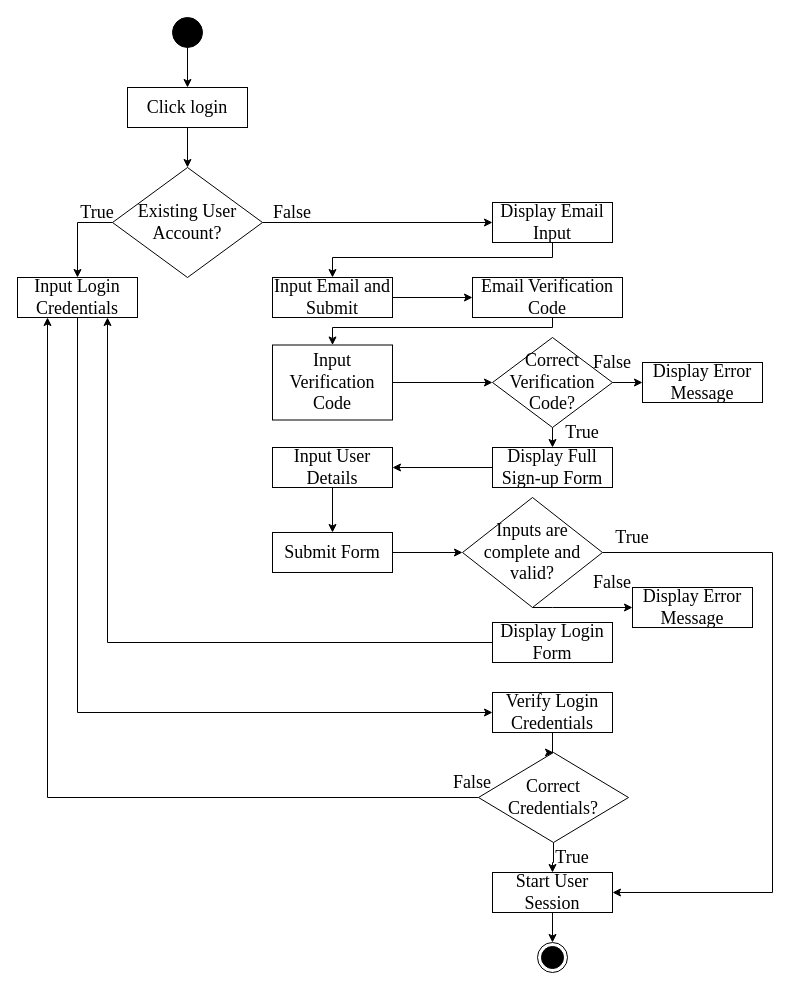
Above: page "AccountLoginCreation" (4 of 12) of ConnexUs_Chap3.drawio in gvillanueva01/ConnexUs_diagrams (draw.io), before the change. Source tidied: cells renumbered, new cells numbered last; positions are measured from the earlier drawing's top-left corner, leaving out a move shared by most shapes. Both pictures are drawn from the tidied source at 100%, with x=0, y=0 at pixel (17, 17).
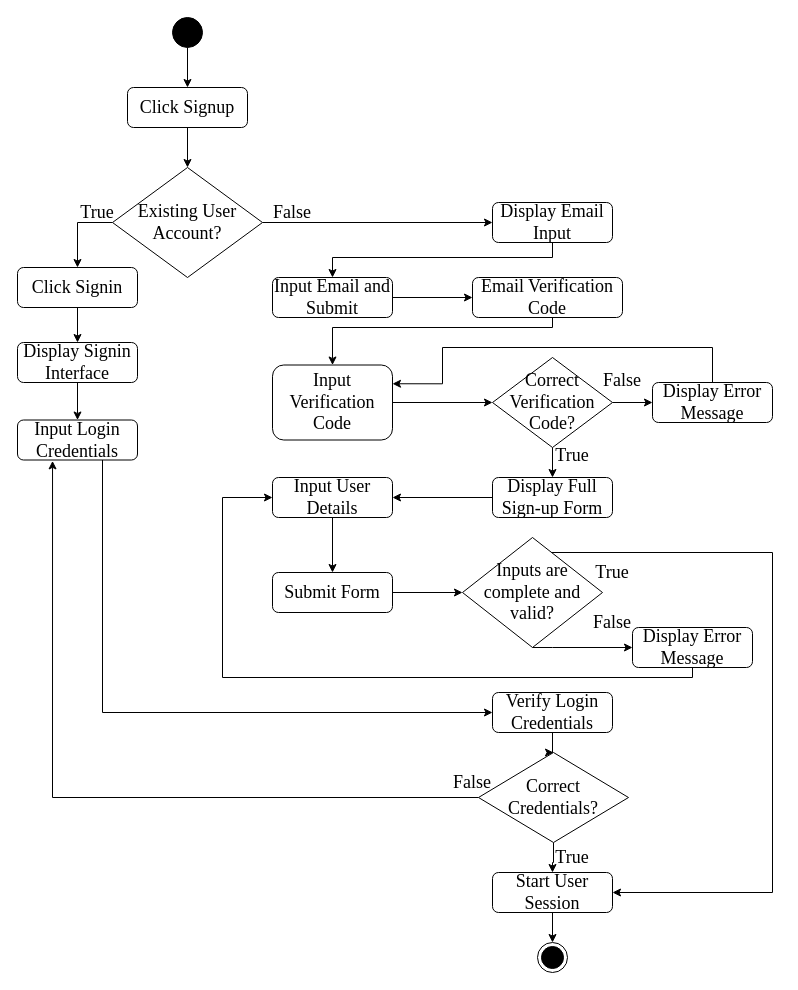
The same diagram, later.

The change refers to these unchanged cells:
```xml
<mxCell id="8" value="&lt;font face=&quot;Times New Roman&quot; style=&quot;font-size: 18px;&quot;&gt;Correct Credentials?&lt;/font&gt;" style="shape=rhombus;html=1;dashed=0;whiteSpace=wrap;perimeter=rhombusPerimeter;fontSize=18;" parent="1" vertex="1">
  <mxGeometry x="461" y="735" width="150" height="90" as="geometry" />
</mxCell>
<mxCell id="11" value="&lt;font face=&quot;Times New Roman&quot; style=&quot;font-size: 18px;&quot;&gt;Existing User Account?&lt;/font&gt;" style="shape=rhombus;html=1;dashed=0;whiteSpace=wrap;perimeter=rhombusPerimeter;fontSize=18;" parent="1" vertex="1">
  <mxGeometry x="95" y="150" width="150" height="110" as="geometry" />
</mxCell>
```

The edit, as a diff of the source:
```diff
@@
-    <mxCell id="5" value="Click login" style="rounded=0;whiteSpace=wrap;html=1;fontFamily=Times New Roman;fontSize=18;" parent="1" vertex="1">
+    <mxCell id="5" value="Click Signup" style="rounded=1;whiteSpace=wrap;html=1;fontFamily=Times New Roman;fontSize=18;" parent="1" vertex="1">
       <mxGeometry x="110" y="70" width="120" height="40" as="geometry" />
     </mxCell>
-    <mxCell id="6" style="edgeStyle=orthogonalEdgeStyle;rounded=0;jettySize=auto;html=1;entryX=0.25;entryY=1;entryDx=0;entryDy=0;fontSize=18;" parent="1" edge="1" source="8" target="15">
-      <mxGeometry relative="1" as="geometry" />
+    <mxCell id="6" style="edgeStyle=orthogonalEdgeStyle;rounded=0;jettySize=auto;html=1;entryX=0.292;entryY=1.022;entryDx=0;entryDy=0;fontSize=18;entryPerimeter=0;" parent="1" edge="1" source="8" target="15">
+      <mxGeometry relative="1" as="geometry">
+        <Array as="points">
+          <mxPoint x="35" y="780" />
+        </Array>
+      </mxGeometry>
     </mxCell>
@@
-    <mxCell id="9" style="edgeStyle=orthogonalEdgeStyle;rounded=0;jettySize=auto;html=1;exitX=0;exitY=0.5;exitDx=0;exitDy=0;fontSize=18;" parent="1" edge="1" source="11" target="15">
+    <mxCell id="9" style="edgeStyle=orthogonalEdgeStyle;rounded=0;jettySize=auto;html=1;exitX=0;exitY=0.5;exitDx=0;exitDy=0;fontSize=18;entryX=0.5;entryY=0;entryDx=0;entryDy=0;" parent="1" edge="1" source="11" target="51">
       <mxGeometry relative="1" as="geometry" />
     </mxCell>
@@
-    <mxCell id="13" value="Display Email Input" style="rounded=0;whiteSpace=wrap;html=1;fontFamily=Times New Roman;fontSize=18;" parent="1" vertex="1">
+    <mxCell id="13" value="Display Email Input" style="rounded=1;whiteSpace=wrap;html=1;fontFamily=Times New Roman;fontSize=18;" parent="1" vertex="1">
       <mxGeometry x="475" y="185" width="120" height="40" as="geometry" />
     </mxCell>
     <mxCell id="14" style="edgeStyle=orthogonalEdgeStyle;rounded=0;jettySize=auto;html=1;entryX=0;entryY=0.5;entryDx=0;entryDy=0;fontSize=18;" parent="1" edge="1" source="15" target="17">
       <mxGeometry relative="1" as="geometry">
         <Array as="points">
-          <mxPoint x="60" y="695" />
+          <mxPoint x="85" y="695" />
         </Array>
       </mxGeometry>
     </mxCell>
-    <mxCell id="15" value="Input Login Credentials" style="rounded=0;whiteSpace=wrap;html=1;fontFamily=Times New Roman;fontSize=18;" parent="1" vertex="1">
-      <mxGeometry y="260" width="120" height="40" as="geometry" />
+    <mxCell id="15" value="Input Login Credentials" style="rounded=1;whiteSpace=wrap;html=1;fontFamily=Times New Roman;fontSize=18;" parent="1" vertex="1">
+      <mxGeometry y="402.5" width="120" height="40" as="geometry" />
     </mxCell>
@@
-    <mxCell id="17" value="Verify Login Credentials" style="rounded=0;whiteSpace=wrap;html=1;fontFamily=Times New Roman;fontSize=18;" parent="1" vertex="1">
+    <mxCell id="17" value="Verify Login Credentials" style="rounded=1;whiteSpace=wrap;html=1;fontFamily=Times New Roman;fontSize=18;" parent="1" vertex="1">
       <mxGeometry x="475" y="675" width="120" height="40" as="geometry" />
     </mxCell>
@@
-    <mxCell id="19" value="Start User Session" style="rounded=0;whiteSpace=wrap;html=1;fontFamily=Times New Roman;fontSize=18;" parent="1" vertex="1">
+    <mxCell id="19" value="Start User Session" style="rounded=1;whiteSpace=wrap;html=1;fontFamily=Times New Roman;fontSize=18;" parent="1" vertex="1">
       <mxGeometry x="475" y="855" width="120" height="40" as="geometry" />
     </mxCell>
@@
     <mxCell id="21" style="edgeStyle=orthogonalEdgeStyle;rounded=0;jettySize=auto;html=1;exitX=0.5;exitY=1;exitDx=0;exitDy=0;entryX=0;entryY=0.5;entryDx=0;entryDy=0;fontSize=18;" parent="1" edge="1" source="22" target="50">
       <mxGeometry relative="1" as="geometry">
         <Array as="points">
-          <mxPoint x="535" y="590" />
-          <mxPoint x="615" y="590" />
+          <mxPoint x="535" y="630" />
+          <mxPoint x="615" y="630" />
         </Array>
       </mxGeometry>
     </mxCell>
     <mxCell id="22" value="&lt;font face=&quot;Times New Roman&quot; style=&quot;font-size: 18px;&quot;&gt;Inputs are&lt;br style=&quot;font-size: 18px;&quot;&gt;complete and &lt;br style=&quot;font-size: 18px;&quot;&gt;valid?&lt;/font&gt;" style="shape=rhombus;html=1;dashed=0;whiteSpace=wrap;perimeter=rhombusPerimeter;fontSize=18;" parent="1" vertex="1">
-      <mxGeometry x="445" y="480" width="140" height="110" as="geometry" />
+      <mxGeometry x="445" y="520" width="140" height="110" as="geometry" />
     </mxCell>
@@
-    <mxCell id="24" value="Input Email and Submit" style="rounded=0;whiteSpace=wrap;html=1;fontFamily=Times New Roman;fontSize=18;" parent="1" vertex="1">
+    <mxCell id="24" value="Input Email and Submit" style="rounded=1;whiteSpace=wrap;html=1;fontFamily=Times New Roman;fontSize=18;" parent="1" vertex="1">
       <mxGeometry x="255" y="260" width="120" height="40" as="geometry" />
     </mxCell>
@@
-    <mxCell id="26" value="Submit Form" style="rounded=0;whiteSpace=wrap;html=1;fontFamily=Times New Roman;fontSize=18;" parent="1" vertex="1">
-      <mxGeometry x="255" y="515" width="120" height="40" as="geometry" />
+    <mxCell id="26" value="Submit Form" style="rounded=1;whiteSpace=wrap;html=1;fontFamily=Times New Roman;fontSize=18;" parent="1" vertex="1">
+      <mxGeometry x="255" y="555" width="120" height="40" as="geometry" />
     </mxCell>
-    <mxCell id="27" style="edgeStyle=orthogonalEdgeStyle;rounded=0;jettySize=auto;html=1;entryX=0.75;entryY=1;entryDx=0;entryDy=0;fontSize=18;" parent="1" edge="1" source="28" target="15">
-      <mxGeometry relative="1" as="geometry" />
-    </mxCell>
-    <mxCell id="28" value="Display Login Form" style="rounded=0;whiteSpace=wrap;html=1;fontFamily=Times New Roman;fontSize=18;" parent="1" vertex="1">
-      <mxGeometry x="475" y="605" width="120" height="40" as="geometry" />
-    </mxCell>
@@
     <mxCell id="32" value="True" style="text;html=1;strokeColor=none;fillColor=none;align=center;verticalAlign=middle;whiteSpace=wrap;rounded=0;fontFamily=Times New Roman;fontSize=18;" parent="1" vertex="1">
-      <mxGeometry x="585" y="505" width="60" height="30" as="geometry" />
+      <mxGeometry x="565" y="540" width="60" height="30" as="geometry" />
     </mxCell>
@@
     <mxCell id="34" value="False" style="text;html=1;strokeColor=none;fillColor=none;align=center;verticalAlign=middle;whiteSpace=wrap;rounded=0;fontFamily=Times New Roman;fontSize=18;" parent="1" vertex="1">
-      <mxGeometry x="565" y="330" width="60" height="30" as="geometry" />
+      <mxGeometry x="575" y="347.5" width="60" height="30" as="geometry" />
     </mxCell>
@@
-    <mxCell id="36" value="Email Verification Code" style="rounded=0;whiteSpace=wrap;html=1;fontFamily=Times New Roman;fontSize=18;" parent="1" vertex="1">
+    <mxCell id="36" value="Email Verification Code" style="rounded=1;whiteSpace=wrap;html=1;fontFamily=Times New Roman;fontSize=18;" parent="1" vertex="1">
       <mxGeometry x="455" y="260" width="150" height="40" as="geometry" />
     </mxCell>
@@
     <mxCell id="39" value="&lt;font face=&quot;Times New Roman&quot; style=&quot;font-size: 18px;&quot;&gt;Correct Verification Code?&lt;/font&gt;" style="shape=rhombus;html=1;dashed=0;whiteSpace=wrap;perimeter=rhombusPerimeter;fontSize=18;" parent="1" vertex="1">
-      <mxGeometry x="475" y="320" width="120" height="90" as="geometry" />
+      <mxGeometry x="475" y="340" width="120" height="90" as="geometry" />
     </mxCell>
@@
-    <mxCell id="41" value="Display Full Sign-up Form" style="rounded=0;whiteSpace=wrap;html=1;fontFamily=Times New Roman;fontSize=18;" parent="1" vertex="1">
-      <mxGeometry x="475" y="430" width="120" height="40" as="geometry" />
+    <mxCell id="41" value="Display Full Sign-up Form" style="rounded=1;whiteSpace=wrap;html=1;fontFamily=Times New Roman;fontSize=18;" parent="1" vertex="1">
+      <mxGeometry x="475" y="460" width="120" height="40" as="geometry" />
     </mxCell>
@@
-    <mxCell id="43" value="Input Verification Code" style="rounded=0;whiteSpace=wrap;html=1;fontFamily=Times New Roman;fontSize=18;" parent="1" vertex="1">
-      <mxGeometry x="255" y="327.5" width="120" height="75" as="geometry" />
+    <mxCell id="43" value="Input Verification Code" style="rounded=1;whiteSpace=wrap;html=1;fontFamily=Times New Roman;fontSize=18;" parent="1" vertex="1">
+      <mxGeometry x="255" y="347.5" width="120" height="75" as="geometry" />
     </mxCell>
     <mxCell id="44" value="True" style="text;html=1;strokeColor=none;fillColor=none;align=center;verticalAlign=middle;whiteSpace=wrap;rounded=0;fontFamily=Times New Roman;fontSize=18;" parent="1" vertex="1">
-      <mxGeometry x="535" y="400" width="60" height="30" as="geometry" />
+      <mxGeometry x="525" y="422.5" width="60" height="30" as="geometry" />
     </mxCell>
-    <mxCell id="45" value="Display Error Message" style="rounded=0;whiteSpace=wrap;html=1;fontFamily=Times New Roman;fontSize=18;" parent="1" vertex="1">
-      <mxGeometry x="625" y="345" width="120" height="40" as="geometry" />
+    <mxCell id="45" value="Display Error Message" style="rounded=1;whiteSpace=wrap;html=1;fontFamily=Times New Roman;fontSize=18;" parent="1" vertex="1">
+      <mxGeometry x="635" y="365" width="120" height="40" as="geometry" />
     </mxCell>
@@
-    <mxCell id="48" value="Input User Details" style="rounded=0;whiteSpace=wrap;html=1;fontFamily=Times New Roman;fontSize=18;" parent="1" vertex="1">
-      <mxGeometry x="255" y="430" width="120" height="40" as="geometry" />
+    <mxCell id="48" value="Input User Details" style="rounded=1;whiteSpace=wrap;html=1;fontFamily=Times New Roman;fontSize=18;" parent="1" vertex="1">
+      <mxGeometry x="255" y="460" width="120" height="40" as="geometry" />
     </mxCell>
     <mxCell id="49" value="False" style="text;html=1;strokeColor=none;fillColor=none;align=center;verticalAlign=middle;whiteSpace=wrap;rounded=0;fontFamily=Times New Roman;fontSize=18;" parent="1" vertex="1">
-      <mxGeometry x="565" y="550" width="60" height="30" as="geometry" />
+      <mxGeometry x="565" y="590" width="60" height="30" as="geometry" />
     </mxCell>
-    <mxCell id="50" value="Display Error Message" style="rounded=0;whiteSpace=wrap;html=1;fontFamily=Times New Roman;fontSize=18;" parent="1" vertex="1">
-      <mxGeometry x="615" y="570" width="120" height="40" as="geometry" />
+    <mxCell id="50" value="Display Error Message" style="rounded=1;whiteSpace=wrap;html=1;fontFamily=Times New Roman;fontSize=18;" parent="1" vertex="1">
+      <mxGeometry x="615" y="610" width="120" height="40" as="geometry" />
     </mxCell>
+    <mxCell id="51" value="Click Signin" style="rounded=1;whiteSpace=wrap;html=1;fontFamily=Times New Roman;fontSize=18;" parent="1" vertex="1">
+      <mxGeometry y="250" width="120" height="40" as="geometry" />
+    </mxCell>
+    <mxCell id="52" value="Display Signin Interface" style="rounded=1;whiteSpace=wrap;html=1;fontFamily=Times New Roman;fontSize=18;" parent="1" vertex="1">
+      <mxGeometry y="325" width="120" height="40" as="geometry" />
+    </mxCell>
+    <mxCell id="53" style="edgeStyle=orthogonalEdgeStyle;rounded=0;jettySize=auto;html=1;exitX=0.5;exitY=1;exitDx=0;exitDy=0;fontSize=18;entryX=0.5;entryY=0;entryDx=0;entryDy=0;" parent="1" edge="1" source="51" target="52">
+      <mxGeometry relative="1" as="geometry" />
+    </mxCell>
+    <mxCell id="54" style="edgeStyle=orthogonalEdgeStyle;rounded=0;jettySize=auto;html=1;exitX=0.5;exitY=1;exitDx=0;exitDy=0;fontSize=18;entryX=0.5;entryY=0;entryDx=0;entryDy=0;" parent="1" edge="1" source="52" target="15">
+      <mxGeometry relative="1" as="geometry" />
+    </mxCell>
+    <mxCell id="55" style="edgeStyle=orthogonalEdgeStyle;rounded=0;jettySize=auto;html=1;exitX=0.5;exitY=0;exitDx=0;exitDy=0;fontSize=18;entryX=1;entryY=0.25;entryDx=0;entryDy=0;" parent="1" edge="1" source="45" target="43">
+      <mxGeometry relative="1" as="geometry">
+        <Array as="points">
+          <mxPoint x="695" y="330" />
+          <mxPoint x="425" y="330" />
+          <mxPoint x="425" y="366" />
+        </Array>
+      </mxGeometry>
+    </mxCell>
+    <mxCell id="56" style="edgeStyle=orthogonalEdgeStyle;rounded=0;jettySize=auto;html=1;exitX=0.5;exitY=1;exitDx=0;exitDy=0;entryX=0;entryY=0.5;entryDx=0;entryDy=0;fontSize=18;" parent="1" edge="1" source="50" target="48">
+      <mxGeometry relative="1" as="geometry">
+        <Array as="points">
+          <mxPoint x="675" y="660" />
+          <mxPoint x="205" y="660" />
+          <mxPoint x="205" y="480" />
+        </Array>
+      </mxGeometry>
+    </mxCell>
```
